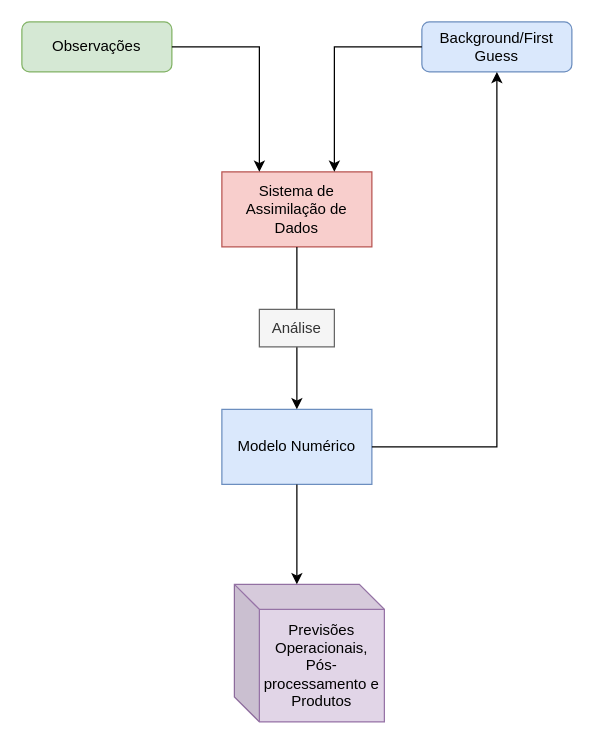
Before: Untitled Diagram.drawio in cfbastarz/sandbox, a draw.io diagram. Source tidied: cells renumbered, new cells numbered last; positions are measured from the earlier drawing's top-left corner, leaving out a move shared by most shapes. Both pictures are drawn from the tidied source at 125%, with x=0, y=0 at pixel (21, 21).
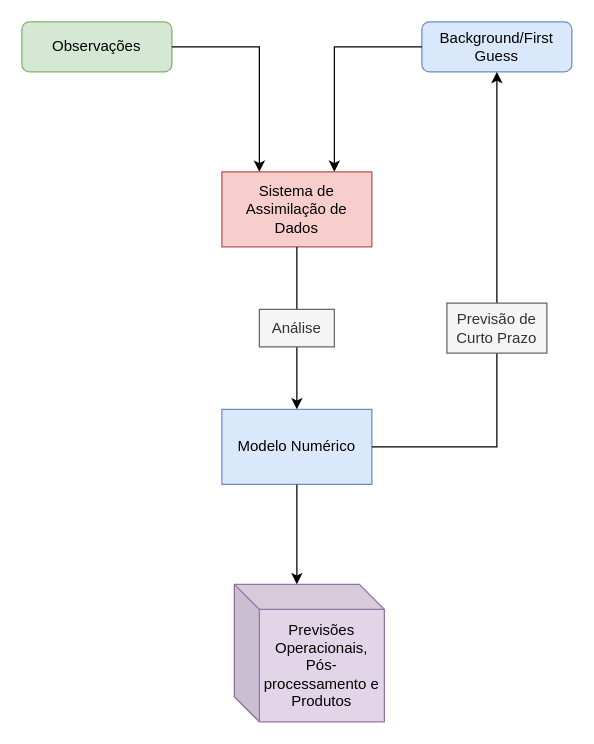
After the change.

Diff of the diagram source:
```diff
@@
 <mxGraphModel>
   <root>
     <mxCell id="0" />
     <mxCell id="1" parent="0" />
     <mxCell id="2" value="Observações" style="rounded=1;whiteSpace=wrap;html=1;fontSize=12;glass=0;strokeWidth=1;shadow=0;fillColor=#d5e8d4;strokeColor=#82b366;" parent="1" vertex="1">
       <mxGeometry width="120" height="40" as="geometry" />
     </mxCell>
     <mxCell id="3" value="Background/First Guess" style="rounded=1;whiteSpace=wrap;html=1;fontSize=12;glass=0;strokeWidth=1;shadow=0;fillColor=#dae8fc;strokeColor=#6c8ebf;" parent="1" vertex="1">
       <mxGeometry x="320" width="120" height="40" as="geometry" />
     </mxCell>
     <mxCell id="4" value="Sistema de Assimilação de Dados" style="rounded=0;whiteSpace=wrap;html=1;fillColor=#f8cecc;strokeColor=#b85450;" parent="1" vertex="1">
       <mxGeometry x="160" y="120" width="120" height="60" as="geometry" />
     </mxCell>
     <mxCell id="5" value="Modelo Numérico" style="rounded=0;whiteSpace=wrap;html=1;fillColor=#dae8fc;strokeColor=#6c8ebf;" parent="1" vertex="1">
       <mxGeometry x="160" y="310" width="120" height="60" as="geometry" />
     </mxCell>
     <mxCell id="6" style="endArrow=classic;html=1;rounded=0;exitX=1;exitY=0.5;exitDx=0;exitDy=0;entryX=0.5;entryY=1;entryDx=0;entryDy=0;" parent="1" edge="1" source="5" target="3">
       <mxGeometry relative="1" as="geometry">
         <Array as="points">
           <mxPoint x="380" y="340" />
         </Array>
       </mxGeometry>
     </mxCell>
     <mxCell id="7" style="endArrow=classic;html=1;rounded=0;exitX=0;exitY=0.5;exitDx=0;exitDy=0;entryX=0.75;entryY=0;entryDx=0;entryDy=0;" parent="1" edge="1" source="3" target="4">
       <mxGeometry relative="1" as="geometry">
         <Array as="points">
           <mxPoint x="250" y="20" />
         </Array>
       </mxGeometry>
     </mxCell>
     <mxCell id="8" style="endArrow=classic;html=1;rounded=0;exitX=1;exitY=0.5;exitDx=0;exitDy=0;entryX=0.25;entryY=0;entryDx=0;entryDy=0;" parent="1" edge="1" source="2" target="4">
       <mxGeometry relative="1" as="geometry">
         <Array as="points">
           <mxPoint x="190" y="20" />
         </Array>
       </mxGeometry>
     </mxCell>
     <mxCell id="9" value="Previsões Operacionais,&lt;br&gt;Pós-processamento e Produtos" style="shape=cube;whiteSpace=wrap;html=1;boundedLbl=1;backgroundOutline=1;darkOpacity=0.05;darkOpacity2=0.1;fillColor=#e1d5e7;strokeColor=#9673a6;" parent="1" vertex="1">
       <mxGeometry x="170" y="450" width="120" height="110" as="geometry" />
     </mxCell>
     <mxCell id="10" style="endArrow=classic;html=1;rounded=0;exitX=0.5;exitY=1;exitDx=0;exitDy=0;entryX=0;entryY=0;entryDx=50;entryDy=0;entryPerimeter=0;" parent="1" edge="1" source="5" target="9">
       <mxGeometry relative="1" as="geometry" />
     </mxCell>
     <mxCell id="11" style="endArrow=classic;html=1;rounded=0;exitX=0.5;exitY=1;exitDx=0;exitDy=0;entryX=0.5;entryY=0;entryDx=0;entryDy=0;" parent="1" edge="1" source="4" target="5">
       <mxGeometry relative="1" as="geometry" />
     </mxCell>
     <mxCell id="12" value="Análise" style="text;html=1;align=center;verticalAlign=middle;whiteSpace=wrap;rounded=0;fillColor=#f5f5f5;fontColor=#333333;strokeColor=#666666;" parent="1" vertex="1">
       <mxGeometry x="190" y="230" width="60" height="30" as="geometry" />
     </mxCell>
+    <mxCell id="13" value="Previsão de Curto Prazo" style="text;html=1;strokeColor=#666666;fillColor=#f5f5f5;align=center;verticalAlign=middle;whiteSpace=wrap;rounded=0;fontColor=#333333;" parent="1" vertex="1">
+      <mxGeometry x="340" y="225" width="80" height="40" as="geometry" />
+    </mxCell>
   </root>
 </mxGraphModel>
```
